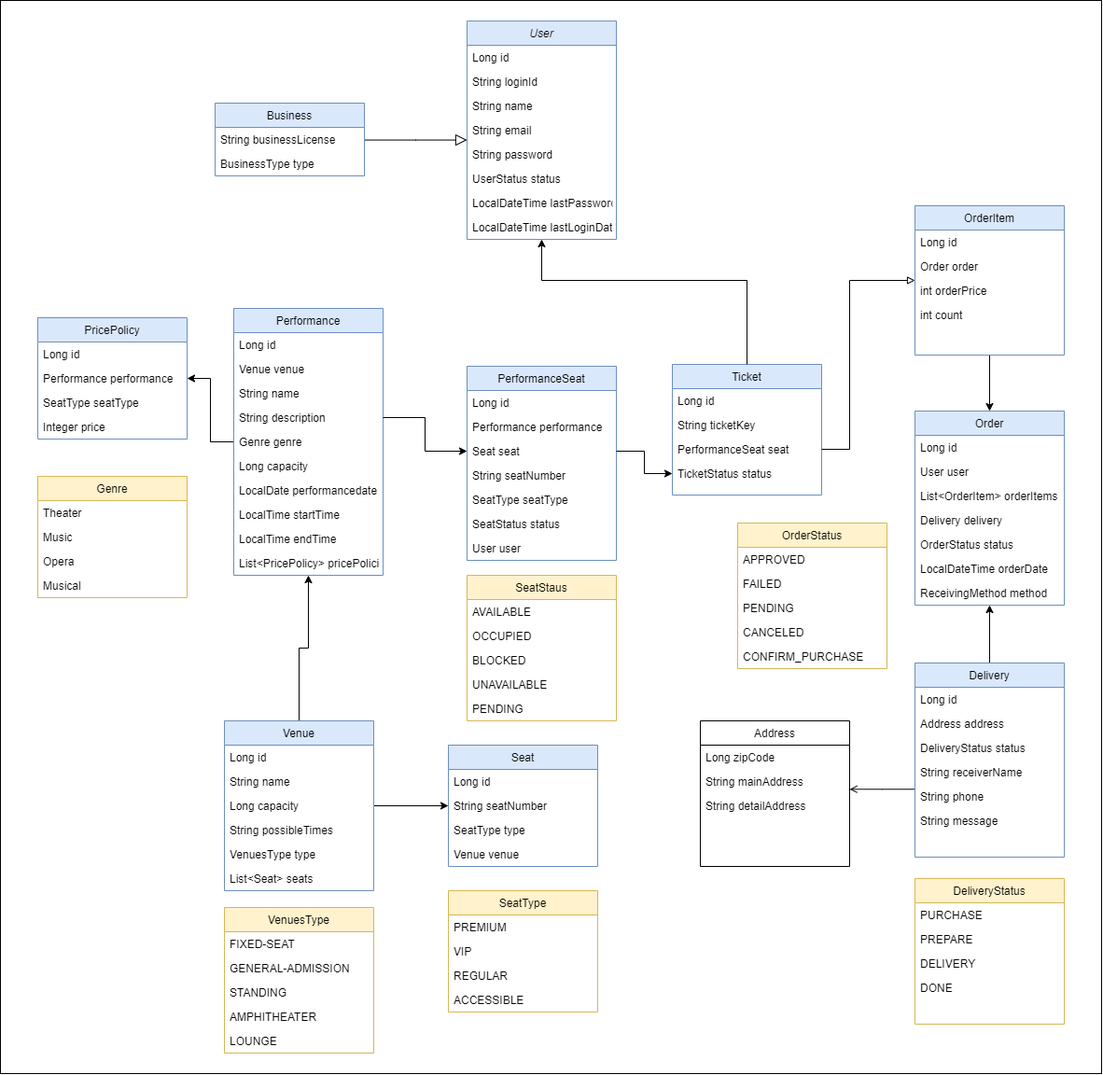
This is booking-diagram.png from ChaerinYu/numble-booking, a draw.io export, as it was before one commit. Source tidied: cells renumbered, new cells last; positions are measured from the earlier drawing's top-left corner, leaving out a move shared by most shapes.
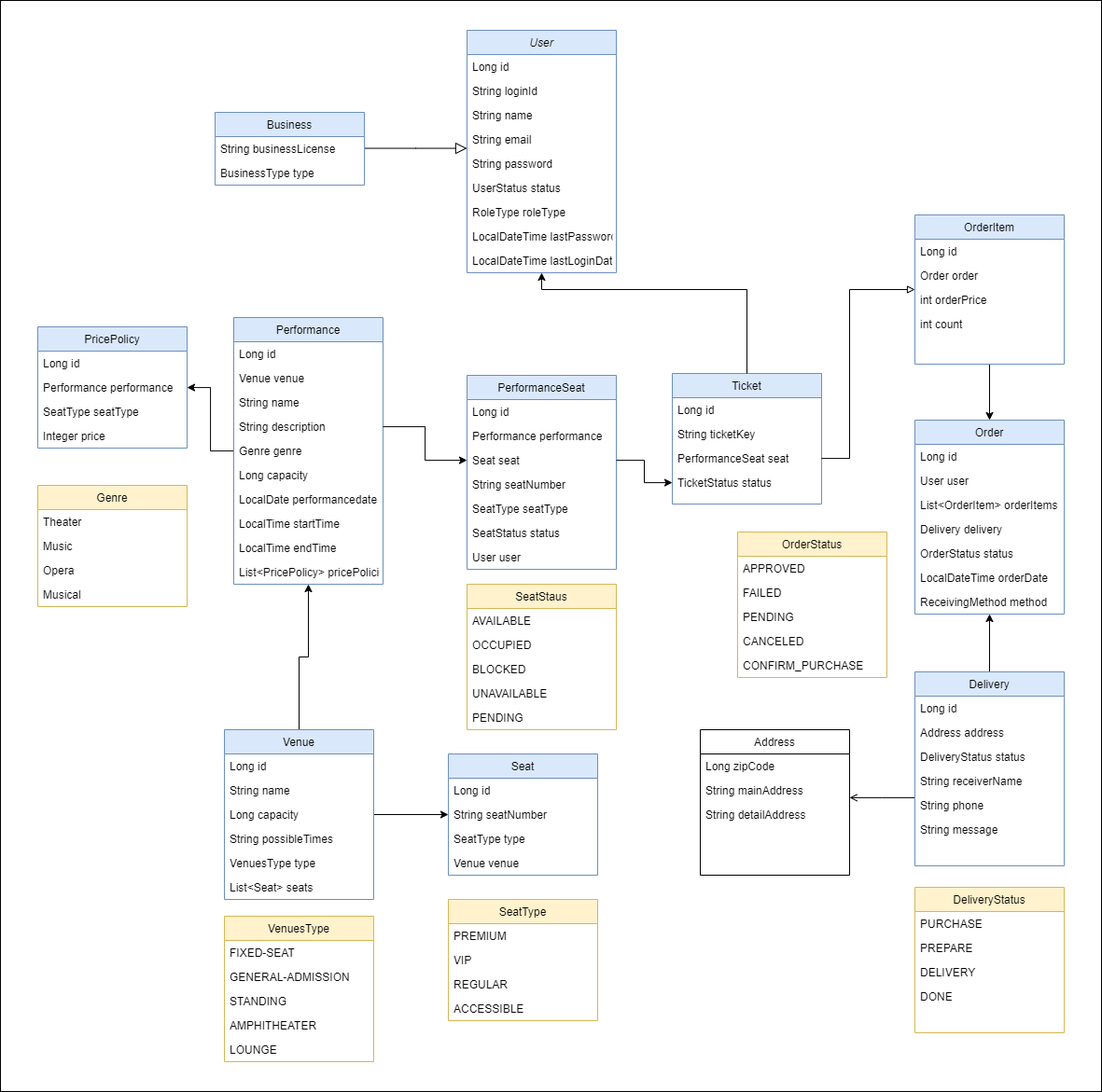
After the change.

What changed in the source:
```diff
@@ -3,7 +3,7 @@
     <mxCell id="0" />
     <mxCell id="1" parent="0" />
     <mxCell id="2" value="User" style="swimlane;fontStyle=2;align=center;verticalAlign=top;horizontal=1;startSize=26;rounded=0;shadow=0;strokeWidth=1;fillColor=#dae8fc;strokeColor=#6c8ebf;" parent="1" vertex="1">
-      <mxGeometry x="500" y="22" width="160" height="234" as="geometry" />
+      <mxGeometry x="500" y="22" width="160" height="260" as="geometry" />
     </mxCell>
     <mxCell id="3" value="Long id" style="text;align=left;verticalAlign=top;spacingLeft=4;spacingRight=4;overflow=hidden;rounded=0;shadow=0;html=0;" parent="2" vertex="1">
       <mxGeometry y="26" width="160" height="26" as="geometry" />
@@ -23,11 +23,14 @@
     <mxCell id="8" value="UserStatus status" style="text;align=left;verticalAlign=top;spacingLeft=4;spacingRight=4;overflow=hidden;rounded=0;shadow=0;html=0;" parent="2" vertex="1">
       <mxGeometry y="156" width="160" height="26" as="geometry" />
     </mxCell>
+    <mxCell id="124" value="RoleType roleType" style="text;align=left;verticalAlign=top;spacingLeft=4;spacingRight=4;overflow=hidden;rounded=0;shadow=0;html=0;" parent="2" vertex="1">
+      <mxGeometry y="182" width="160" height="26" as="geometry" />
+    </mxCell>
     <mxCell id="9" value="LocalDateTime lastPasswordModifyDate" style="text;align=left;verticalAlign=top;spacingLeft=4;spacingRight=4;overflow=hidden;rounded=0;shadow=0;html=0;" parent="2" vertex="1">
-      <mxGeometry y="182" width="160" height="26" as="geometry" />
+      <mxGeometry y="208" width="160" height="26" as="geometry" />
     </mxCell>
     <mxCell id="10" value="LocalDateTime lastLoginDate" style="text;align=left;verticalAlign=top;spacingLeft=4;spacingRight=4;overflow=hidden;rounded=0;shadow=0;html=0;" parent="2" vertex="1">
-      <mxGeometry y="208" width="160" height="26" as="geometry" />
+      <mxGeometry y="234" width="160" height="26" as="geometry" />
     </mxCell>
     <mxCell id="11" style="endArrow=block;endSize=10;endFill=0;shadow=0;strokeWidth=1;rounded=0;edgeStyle=elbowEdgeStyle;elbow=vertical;" parent="1" edge="1" source="12" target="2">
       <mxGeometry relative="1" as="geometry" />
@@ -377,8 +380,8 @@
     <mxCell id="122" value="DONE" style="text;align=left;verticalAlign=top;spacingLeft=4;spacingRight=4;overflow=hidden;" parent="118" vertex="1">
       <mxGeometry y="104" width="160" height="26" as="geometry" />
     </mxCell>
-    <mxCell id="123" style="rounded=0;whiteSpace=wrap;html=1;fillColor=none;" parent="1" vertex="1">
-      <mxGeometry width="1180" height="1150" as="geometry" />
-    </mxCell>
+    <mxCell id="125" style="rounded=0;whiteSpace=wrap;html=1;fillColor=none;" parent="1" vertex="1">
+      <mxGeometry y="-10" width="1180" height="1170" as="geometry" />
+    </mxCell>
   </root>
 </mxGraphModel>
```
